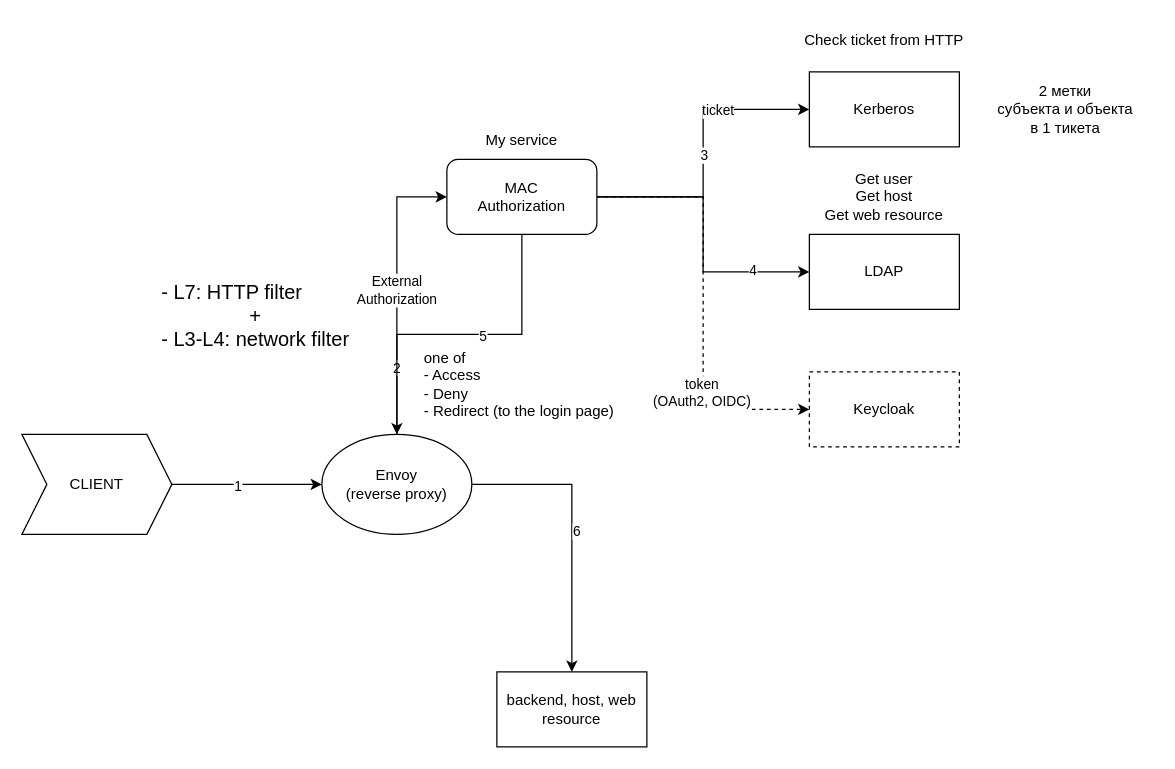
Before: docs/mac-reverse-proxy.drawio in Conty111/reverse-proxy-mac, a draw.io diagram. Source tidied: cells renumbered, new cells numbered last; positions are measured from the earlier drawing's top-left corner, leaving out a move shared by most shapes. Both pictures are drawn from the tidied source at 125%, with x=0, y=0 at pixel (21, 21).
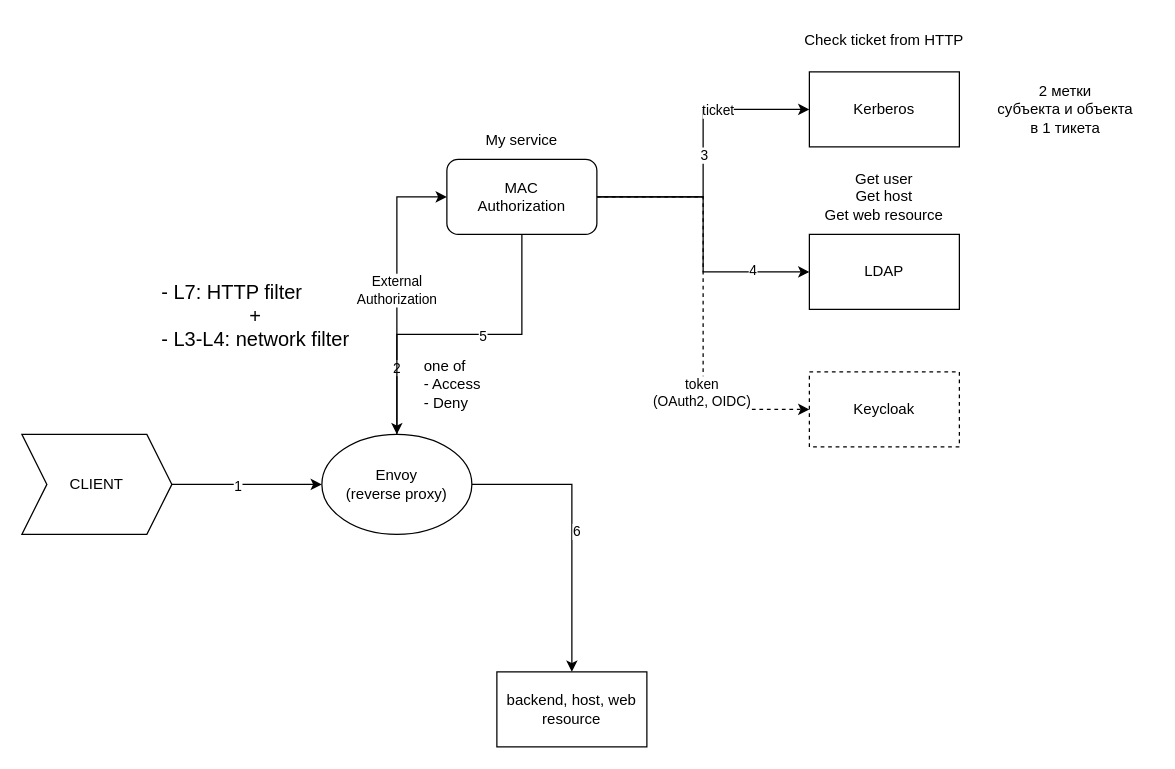
After the change.

What changed in the source:
```diff
@@
-    <mxCell id="27" value="&lt;div&gt;one of&lt;/div&gt;&lt;div&gt;- Access&lt;/div&gt;&lt;div&gt;- Deny&lt;/div&gt;&lt;div&gt;- Redirect (to the login page)&lt;/div&gt;" style="text;html=1;whiteSpace=wrap;strokeColor=none;fillColor=none;align=left;verticalAlign=middle;rounded=0;" parent="1" vertex="1">
-      <mxGeometry x="320" y="255" width="180" height="70" as="geometry" />
+    <mxCell id="27" value="&lt;div&gt;one of&lt;/div&gt;&lt;div&gt;- Access&lt;/div&gt;&lt;div&gt;- Deny&lt;/div&gt;" style="text;html=1;whiteSpace=wrap;strokeColor=none;fillColor=none;align=left;verticalAlign=middle;rounded=0;" parent="1" vertex="1">
+      <mxGeometry x="320" y="260" width="70" height="60" as="geometry" />
     </mxCell>
```
